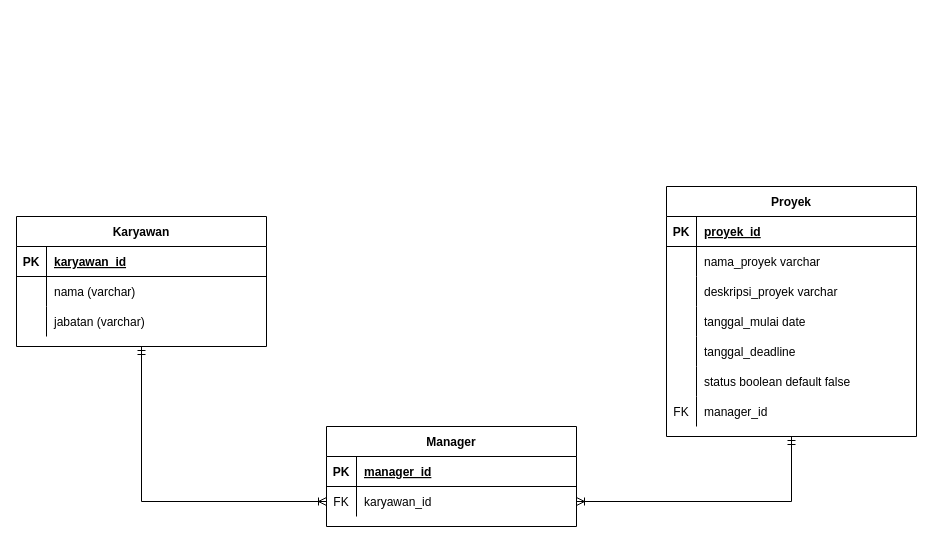
This is membuaterd.drawio from agung-wic/desain-erd, a draw.io file, before an edit. Source tidied: cells renumbered, new cells numbered last; positions are measured from the earlier drawing's top-left corner, leaving out a move shared by most shapes. Both pictures are drawn from the tidied source at 100%, with x=0, y=0 at pixel (16, 186).
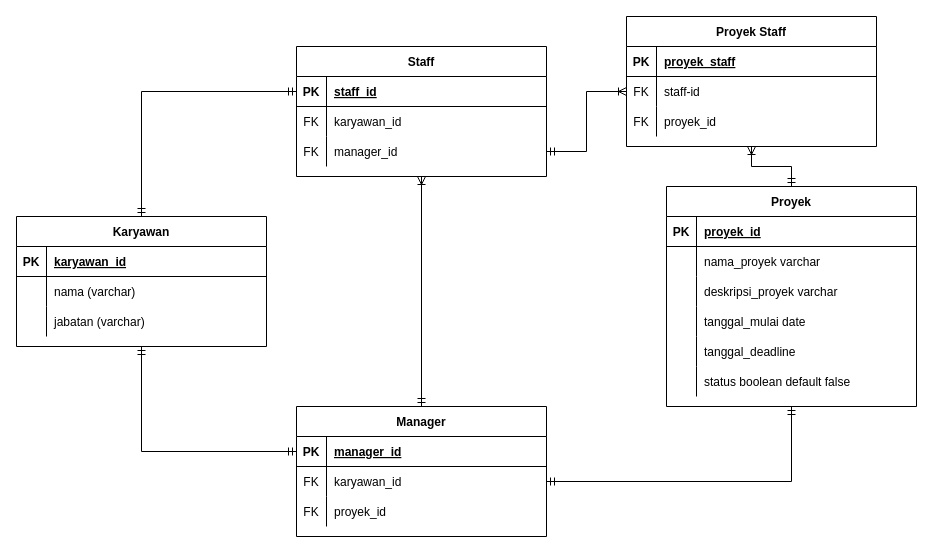
After the change.

The change refers to these unchanged cells:
```xml
<mxCell id="3" value="Karyawan" style="shape=table;startSize=30;childLayout=tableLayout;rowLines=0;fontStyle=1;align=center;" parent="1" vertex="1">
  <mxGeometry y="30" width="250" height="130" as="geometry" />
</mxCell>
<mxCell id="37" style="shape=partialRectangle;fillColor=none;points=[[0,0.5],[1,0.5]];portConstraint=eastwest;top=0;left=0;right=0;bottom=1;" parent="36" vertex="1">
  <mxGeometry y="30" width="250" height="30" as="geometry" />
</mxCell>
<mxCell id="40" style="shape=partialRectangle;fillColor=none;points=[[0,0.5],[1,0.5]];portConstraint=eastwest;top=0;left=0;right=0;bottom=0;" parent="36" vertex="1">
  <mxGeometry y="60" width="250" height="30" as="geometry" />
</mxCell>
```

What changed in the source:
```diff
@@
-    <mxCell id="2" style="edgeStyle=orthogonalEdgeStyle;rounded=0;jettySize=auto;html=1;exitX=0.5;exitY=1;exitDx=0;exitDy=0;entryX=0;entryY=0.5;entryDx=0;entryDy=0;startArrow=ERmandOne;startFill=0;endArrow=ERoneToMany;endFill=0;" parent="1" edge="1" source="3" target="40">
-      <mxGeometry relative="1" as="geometry" />
-    </mxCell>
+    <mxCell id="43" style="edgeStyle=orthogonalEdgeStyle;rounded=0;jettySize=auto;html=1;exitX=0.5;exitY=0;exitDx=0;exitDy=0;entryX=0;entryY=0.5;entryDx=0;entryDy=0;startArrow=ERmandOne;startFill=0;endArrow=ERmandOne;endFill=0;" parent="1" edge="1" source="3" target="37">
+      <mxGeometry relative="1" as="geometry" />
+    </mxCell>
+    <mxCell id="44" style="edgeStyle=orthogonalEdgeStyle;rounded=0;jettySize=auto;html=1;exitX=0.5;exitY=1;exitDx=0;exitDy=0;entryX=0;entryY=0.5;entryDx=0;entryDy=0;startArrow=ERmandOne;startFill=0;endArrow=ERmandOne;endFill=0;" parent="1" edge="1" source="3" target="46">
+      <mxGeometry relative="1" as="geometry" />
+    </mxCell>
@@
-    <mxCell id="13" style="edgeStyle=orthogonalEdgeStyle;rounded=0;jettySize=auto;html=1;exitX=0.5;exitY=1;exitDx=0;exitDy=0;entryX=1;entryY=0.5;entryDx=0;entryDy=0;startArrow=ERmandOne;startFill=0;endArrow=ERoneToMany;endFill=0;" parent="1" edge="1" source="14" target="40">
-      <mxGeometry relative="1" as="geometry" />
-    </mxCell>
     <mxCell id="14" value="Proyek" style="shape=table;startSize=30;childLayout=tableLayout;rowLines=0;fontStyle=1;align=center;" parent="1" vertex="1">
-      <mxGeometry x="650" width="250" height="250" as="geometry" />
+      <mxGeometry x="650" width="250" height="220" as="geometry" />
     </mxCell>
@@
-    <mxCell id="33" style="shape=partialRectangle;fillColor=none;top=0;left=0;right=0;bottom=0;" parent="14" vertex="1">
-      <mxGeometry y="210" width="250" height="30" as="geometry" />
-    </mxCell>
-    <mxCell id="34" value="FK" style="shape=partialRectangle;overflow=hidden;fillColor=none;top=0;left=0;bottom=0;right=0;" parent="33" vertex="1">
-      <mxGeometry width="30" height="30" as="geometry" />
-    </mxCell>
-    <mxCell id="35" value="manager_id" style="shape=partialRectangle;overflow=hidden;fillColor=none;top=0;left=0;bottom=0;right=0;align=left;spacingLeft=6;" parent="33" vertex="1">
-      <mxGeometry x="30" width="220" height="30" as="geometry" />
-    </mxCell>
+    <mxCell id="45" value="Manager" style="shape=table;startSize=30;childLayout=tableLayout;rowLines=0;fontStyle=1;align=center;" parent="1" vertex="1">
+      <mxGeometry x="280" y="220" width="250" height="130" as="geometry" />
+    </mxCell>
+    <mxCell id="46" style="shape=partialRectangle;fillColor=none;points=[[0,0.5],[1,0.5]];portConstraint=eastwest;top=0;left=0;right=0;bottom=1;" parent="45" vertex="1">
+      <mxGeometry y="30" width="250" height="30" as="geometry" />
+    </mxCell>
+    <mxCell id="47" value="PK" style="shape=partialRectangle;overflow=hidden;fillColor=none;top=0;left=0;bottom=0;right=0;fontStyle=1;" parent="46" vertex="1">
+      <mxGeometry width="30" height="30" as="geometry" />
+    </mxCell>
+    <mxCell id="48" value="manager_id" style="shape=partialRectangle;overflow=hidden;fillColor=none;top=0;left=0;bottom=0;right=0;align=left;spacingLeft=6;fontStyle=5;" parent="46" vertex="1">
+      <mxGeometry x="30" width="220" height="30" as="geometry" />
+    </mxCell>
+    <mxCell id="49" style="shape=partialRectangle;fillColor=none;points=[[0,0.5],[1,0.5]];portConstraint=eastwest;top=0;left=0;right=0;bottom=0;" parent="45" vertex="1">
+      <mxGeometry y="60" width="250" height="30" as="geometry" />
+    </mxCell>
+    <mxCell id="50" value="FK" style="shape=partialRectangle;overflow=hidden;fillColor=none;top=0;left=0;bottom=0;right=0;" parent="49" vertex="1">
+      <mxGeometry width="30" height="30" as="geometry" />
+    </mxCell>
+    <mxCell id="51" value="karyawan_id" style="shape=partialRectangle;overflow=hidden;fillColor=none;top=0;left=0;bottom=0;right=0;align=left;spacingLeft=6;" parent="49" vertex="1">
+      <mxGeometry x="30" width="220" height="30" as="geometry" />
+    </mxCell>
+    <mxCell id="52" style="shape=partialRectangle;fillColor=none;top=0;left=0;right=0;bottom=0;" parent="45" vertex="1">
+      <mxGeometry y="90" width="250" height="30" as="geometry" />
+    </mxCell>
+    <mxCell id="53" value="FK" style="shape=partialRectangle;overflow=hidden;fillColor=none;top=0;left=0;bottom=0;right=0;" parent="52" vertex="1">
+      <mxGeometry width="30" height="30" as="geometry" />
+    </mxCell>
+    <mxCell id="54" value="proyek_id" style="shape=partialRectangle;overflow=hidden;fillColor=none;top=0;left=0;bottom=0;right=0;align=left;spacingLeft=6;" parent="52" vertex="1">
+      <mxGeometry x="30" width="220" height="30" as="geometry" />
+    </mxCell>
+    <mxCell id="55" style="edgeStyle=orthogonalEdgeStyle;rounded=0;jettySize=auto;html=1;exitX=0.5;exitY=1;exitDx=0;exitDy=0;entryX=0.5;entryY=0;entryDx=0;entryDy=0;startArrow=ERoneToMany;startFill=0;endArrow=ERmandOne;endFill=0;" parent="1" edge="1" source="36" target="45">
+      <mxGeometry relative="1" as="geometry" />
+    </mxCell>
-    <mxCell id="36" value="Manager" style="shape=table;startSize=30;childLayout=tableLayout;rowLines=0;fontStyle=1;align=center;" parent="1" vertex="1">
-      <mxGeometry x="310" y="240" width="250" height="100" as="geometry" />
+    <mxCell id="36" value="Staff" style="shape=table;startSize=30;childLayout=tableLayout;rowLines=0;fontStyle=1;align=center;" parent="1" vertex="1">
+      <mxGeometry x="280" y="-140" width="250" height="130" as="geometry" />
     </mxCell>
@@
-    <mxCell id="39" value="manager_id" style="shape=partialRectangle;overflow=hidden;fillColor=none;top=0;left=0;bottom=0;right=0;align=left;spacingLeft=6;fontStyle=5;" parent="37" vertex="1">
+    <mxCell id="39" value="staff_id" style="shape=partialRectangle;overflow=hidden;fillColor=none;top=0;left=0;bottom=0;right=0;align=left;spacingLeft=6;fontStyle=5;" parent="37" vertex="1">
       <mxGeometry x="30" width="220" height="30" as="geometry" />
     </mxCell>
@@
+    <mxCell id="56" style="shape=partialRectangle;fillColor=none;points=[[0,0.5],[1,0.5]];portConstraint=eastwest;top=0;left=0;right=0;bottom=0;" parent="36" vertex="1">
+      <mxGeometry y="90" width="250" height="30" as="geometry" />
+    </mxCell>
+    <mxCell id="57" value="FK" style="shape=partialRectangle;overflow=hidden;fillColor=none;top=0;left=0;bottom=0;right=0;" parent="56" vertex="1">
+      <mxGeometry width="30" height="30" as="geometry" />
+    </mxCell>
+    <mxCell id="35" value="manager_id" style="shape=partialRectangle;overflow=hidden;fillColor=none;top=0;left=0;bottom=0;right=0;align=left;spacingLeft=6;" parent="56" vertex="1">
+      <mxGeometry x="30" width="220" height="30" as="geometry" />
+    </mxCell>
+    <mxCell id="58" style="edgeStyle=orthogonalEdgeStyle;rounded=0;jettySize=auto;html=1;exitX=1;exitY=0.5;exitDx=0;exitDy=0;entryX=0.5;entryY=1;entryDx=0;entryDy=0;startArrow=ERmandOne;startFill=0;endArrow=ERmandOne;endFill=0;" parent="1" edge="1" source="49" target="14">
+      <mxGeometry relative="1" as="geometry" />
+    </mxCell>
+    <mxCell id="59" style="edgeStyle=orthogonalEdgeStyle;rounded=0;jettySize=auto;html=1;exitX=0.5;exitY=1;exitDx=0;exitDy=0;startArrow=ERoneToMany;startFill=0;endArrow=ERmandOne;endFill=0;" parent="1" edge="1" source="60" target="14">
+      <mxGeometry relative="1" as="geometry" />
+    </mxCell>
+    <mxCell id="60" value="Proyek Staff" style="shape=table;startSize=30;childLayout=tableLayout;rowLines=0;fontStyle=1;align=center;" parent="1" vertex="1">
+      <mxGeometry x="610" y="-170" width="250" height="130" as="geometry" />
+    </mxCell>
+    <mxCell id="61" style="shape=partialRectangle;fillColor=none;top=0;left=0;right=0;bottom=1;" parent="60" vertex="1">
+      <mxGeometry y="30" width="250" height="30" as="geometry" />
+    </mxCell>
+    <mxCell id="62" value="PK" style="shape=partialRectangle;overflow=hidden;fillColor=none;top=0;left=0;bottom=0;right=0;fontStyle=1;" parent="61" vertex="1">
+      <mxGeometry width="30" height="30" as="geometry" />
+    </mxCell>
+    <mxCell id="63" value="proyek_staff" style="shape=partialRectangle;overflow=hidden;fillColor=none;top=0;left=0;bottom=0;right=0;align=left;spacingLeft=6;fontStyle=5;" parent="61" vertex="1">
+      <mxGeometry x="30" width="220" height="30" as="geometry" />
+    </mxCell>
+    <mxCell id="64" style="shape=partialRectangle;fillColor=none;points=[[0,0.5],[1,0.5]];portConstraint=eastwest;top=0;left=0;right=0;bottom=0;" parent="60" vertex="1">
+      <mxGeometry y="60" width="250" height="30" as="geometry" />
+    </mxCell>
+    <mxCell id="65" value="FK" style="shape=partialRectangle;overflow=hidden;fillColor=none;top=0;left=0;bottom=0;right=0;" parent="64" vertex="1">
+      <mxGeometry width="30" height="30" as="geometry" />
+    </mxCell>
+    <mxCell id="66" value="staff-id" style="shape=partialRectangle;overflow=hidden;fillColor=none;top=0;left=0;bottom=0;right=0;align=left;spacingLeft=6;" parent="64" vertex="1">
+      <mxGeometry x="30" width="220" height="30" as="geometry" />
+    </mxCell>
+    <mxCell id="67" style="shape=partialRectangle;fillColor=none;top=0;left=0;right=0;bottom=0;" parent="60" vertex="1">
+      <mxGeometry y="90" width="250" height="30" as="geometry" />
+    </mxCell>
+    <mxCell id="68" value="FK" style="shape=partialRectangle;overflow=hidden;fillColor=none;top=0;left=0;bottom=0;right=0;" parent="67" vertex="1">
+      <mxGeometry width="30" height="30" as="geometry" />
+    </mxCell>
+    <mxCell id="69" value="proyek_id" style="shape=partialRectangle;overflow=hidden;fillColor=none;top=0;left=0;bottom=0;right=0;align=left;spacingLeft=6;" parent="67" vertex="1">
+      <mxGeometry x="30" width="220" height="30" as="geometry" />
+    </mxCell>
+    <mxCell id="70" style="edgeStyle=orthogonalEdgeStyle;rounded=0;jettySize=auto;html=1;exitX=1;exitY=0.5;exitDx=0;exitDy=0;entryX=0;entryY=0.5;entryDx=0;entryDy=0;startArrow=ERmandOne;startFill=0;endArrow=ERoneToMany;endFill=0;" parent="1" edge="1" source="56" target="64">
+      <mxGeometry relative="1" as="geometry" />
+    </mxCell>
```
